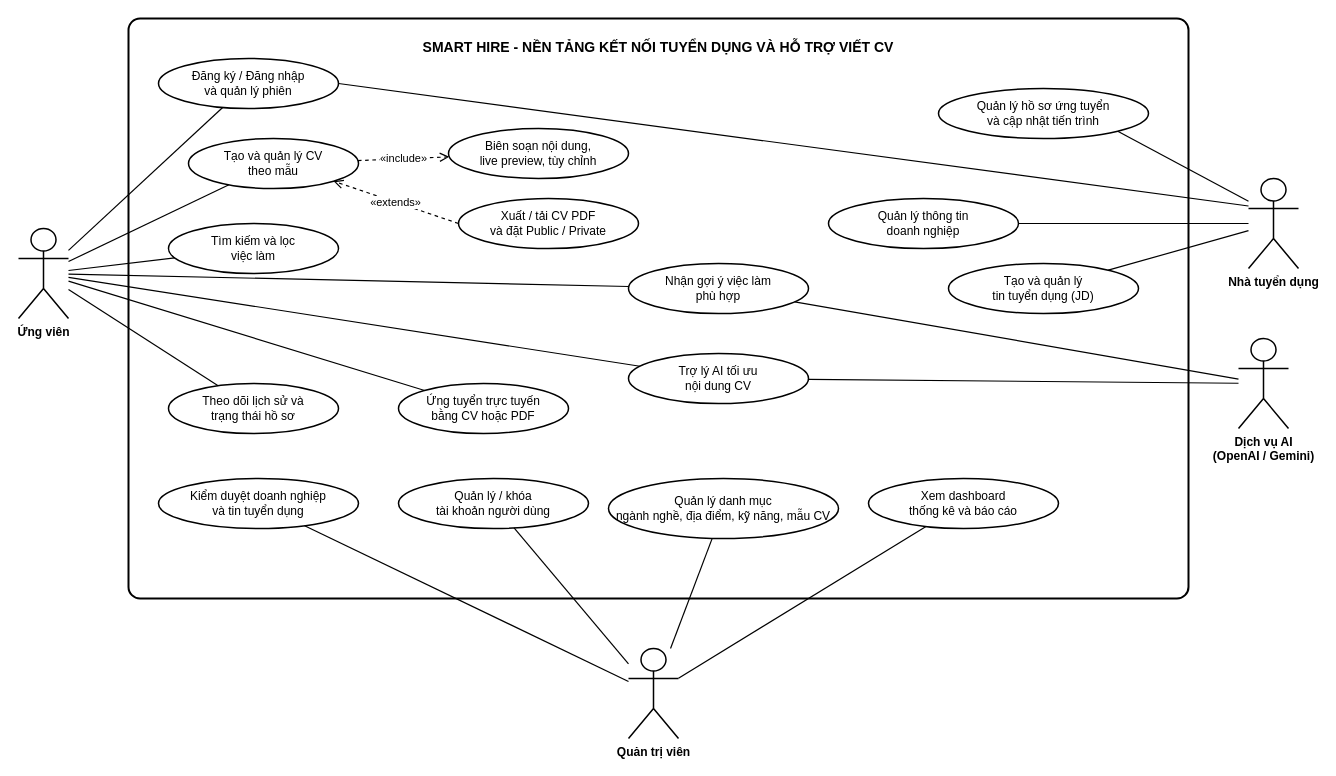
SE-Project-CTU/smart-recruitment-docs keeps this draw.io diagram as page "Use Case tổng quát" (1 of 3) of diagrams/usecase.drawio. Above is the earlier version. Source tidied: cells renumbered, new cells numbered last; positions are measured from the earlier drawing's top-left corner, leaving out a move shared by most shapes. Both pictures are drawn from the tidied source at 100%, with x=0, y=0 at pixel (18, 18).
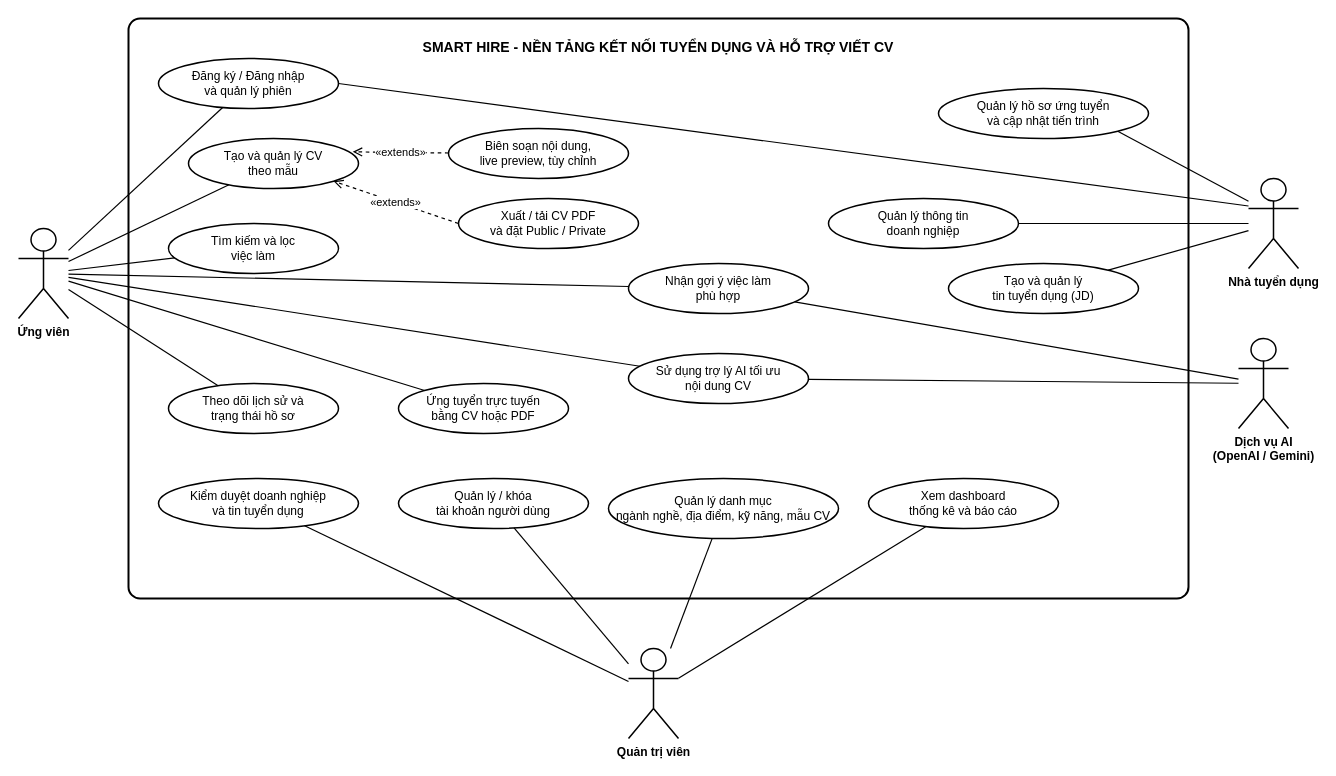
Above is the later version.

Commit message (it also covers changes not shown here):
refactor: fix usecase diagrams

Unchanged cells that the change refers to:
```xml
<mxCell id="4" value="Tạo và quản lý CV&#10;theo mẫu" style="ellipse;whiteSpace=wrap;html=1;strokeWidth=1.5;strokeColor=#000000;fillColor=#FFFFFF;fontColor=#000000;fontSize=12;align=center;verticalAlign=middle;" parent="1" vertex="1">
  <mxGeometry x="170" y="120" width="170" height="50" as="geometry" />
</mxCell>
<mxCell id="5" value="Biên soạn nội dung,&#10;live preview, tùy chỉnh" style="ellipse;whiteSpace=wrap;html=1;strokeWidth=1.5;strokeColor=#000000;fillColor=#FFFFFF;fontColor=#000000;fontSize=12;align=center;verticalAlign=middle;" parent="1" vertex="1">
  <mxGeometry x="430" y="110" width="180" height="50" as="geometry" />
</mxCell>
```

The edit, as a diff of the source:
```diff
@@
-    <mxCell id="11" value="Trợ lý AI tối ưu&#10;nội dung CV" style="ellipse;whiteSpace=wrap;html=1;strokeWidth=1.5;strokeColor=#000000;fillColor=#FFFFFF;fontColor=#000000;fontSize=12;align=center;verticalAlign=middle;" parent="1" vertex="1">
+    <mxCell id="11" value="Sử dụng trợ lý AI tối ưu&lt;br&gt;nội dung CV" style="ellipse;whiteSpace=wrap;html=1;strokeWidth=1.5;strokeColor=#000000;fillColor=#FFFFFF;fontColor=#000000;fontSize=12;align=center;verticalAlign=middle;" parent="1" vertex="1">
       <mxGeometry x="610" y="335" width="180" height="50" as="geometry" />
     </mxCell>
@@
-    <mxCell id="23" value="«include»" style="dashed=1;endArrow=open;endFill=0;endSize=7;html=1;strokeWidth=1.2;strokeColor=#000000;fontColor=#000000;fontSize=11;labelBackgroundColor=#FFFFFF;align=center;verticalAlign=middle;" parent="1" edge="1" source="4" target="5">
+    <mxCell id="23" value="«extends»" style="dashed=1;endArrow=open;endFill=0;endSize=7;html=1;strokeWidth=1.2;strokeColor=#000000;fontColor=#000000;fontSize=11;labelBackgroundColor=#FFFFFF;align=center;verticalAlign=middle;entryX=0.966;entryY=0.267;entryDx=0;entryDy=0;entryPerimeter=0;" parent="1" edge="1" source="5" target="4">
       <mxGeometry relative="1" as="geometry" />
     </mxCell>
```
